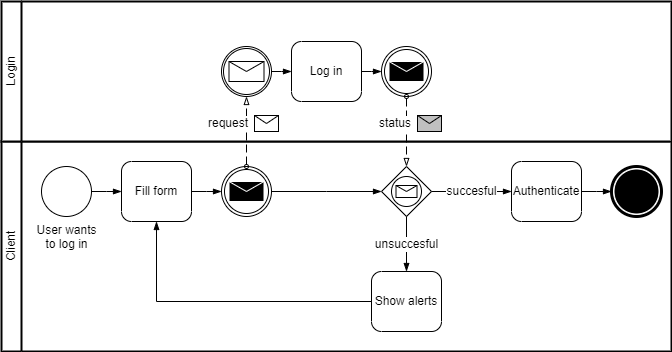
Earlier version of the draw.io export .gitbook/assets/login_bpmn.drawio.png (Bernardo-MG/development-docs-architecture). Source tidied: cells renumbered, new cells last; positions are measured from the earlier drawing's top-left corner, leaving out a move shared by most shapes.
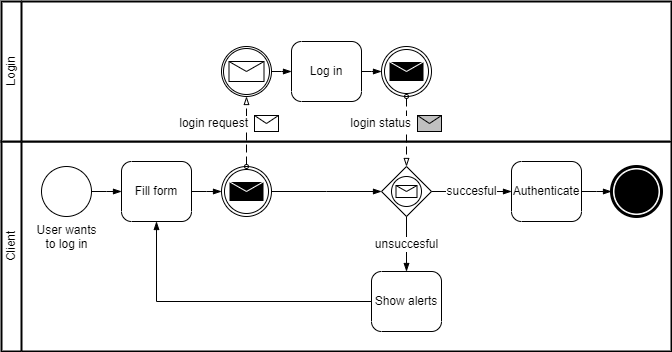
The same diagram one commit later.

Commit message:
GitBook: [#45] No subject

What changed in the source:
```diff
@@ -82,7 +82,7 @@
     <mxCell id="25" style="endArrow=blockThin;html=1;labelPosition=left;verticalLabelPosition=middle;align=right;verticalAlign=middle;dashed=1;dashPattern=8 4;endFill=0;startArrow=oval;startFill=0;endSize=6;startSize=4;rounded=0;exitX=0.5;exitY=0;exitDx=0;exitDy=0;exitPerimeter=0;entryX=0.5;entryY=1;entryDx=0;entryDy=0;entryPerimeter=0;" parent="1" edge="1" source="15" target="21">
       <mxGeometry relative="1" as="geometry" />
     </mxCell>
-    <mxCell id="26" value="request" style="shape=message;html=1;labelPosition=left;verticalLabelPosition=middle;align=right;verticalAlign=middle;spacingRight=5;labelBackgroundColor=#ffffff;" parent="25" vertex="1">
+    <mxCell id="26" value="login request" style="shape=message;html=1;labelPosition=left;verticalLabelPosition=middle;align=right;verticalAlign=middle;spacingRight=5;labelBackgroundColor=#ffffff;" parent="25" vertex="1">
       <mxGeometry width="24" height="16" relative="1" as="geometry">
         <mxPoint x="8" y="-16" as="offset" />
       </mxGeometry>
@@ -90,7 +90,7 @@
     <mxCell id="27" style="endArrow=blockThin;html=1;labelPosition=left;verticalLabelPosition=middle;align=right;verticalAlign=middle;dashed=1;dashPattern=8 4;endFill=0;startArrow=oval;startFill=0;endSize=6;startSize=4;rounded=0;exitX=0.5;exitY=1;exitDx=0;exitDy=0;exitPerimeter=0;entryX=0.5;entryY=0;entryDx=0;entryDy=0;entryPerimeter=0;" parent="1" edge="1" source="23" target="11">
       <mxGeometry relative="1" as="geometry" />
     </mxCell>
-    <mxCell id="28" value="status" style="shape=message;html=1;labelPosition=left;verticalLabelPosition=middle;align=right;verticalAlign=middle;spacingRight=5;labelBackgroundColor=#ffffff;fillColor=#C0C0C0;" parent="27" vertex="1">
+    <mxCell id="28" value="login status" style="shape=message;html=1;labelPosition=left;verticalLabelPosition=middle;align=right;verticalAlign=middle;spacingRight=5;labelBackgroundColor=#ffffff;fillColor=#C0C0C0;" parent="27" vertex="1">
       <mxGeometry width="24" height="16" relative="1" as="geometry">
         <mxPoint x="11" y="-16" as="offset" />
       </mxGeometry>
```
